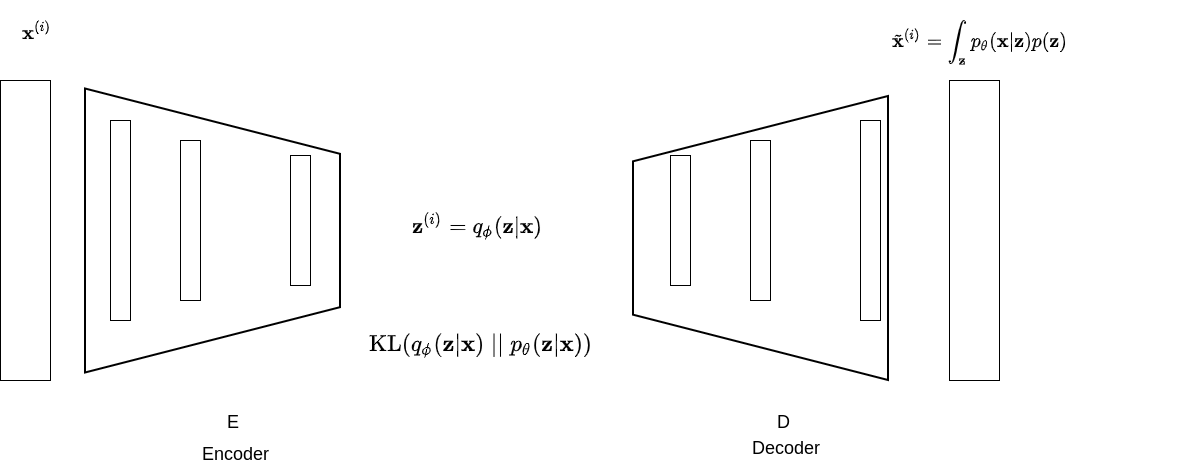
Above: images/Autoencoder_VAE_derivation_B.png in kenperry-public/ML_Fall_2021 (draw.io), before the change. Source tidied: cells renumbered, new cells last; positions are measured from the earlier drawing's top-left corner, leaving out a move shared by most shapes. Its diagram source:
```xml
<mxGraphModel math="1">
  <root>
    <mxCell id="0" />
    <mxCell id="1" parent="0" />
    <mxCell id="2" style="verticalLabelPosition=bottom;verticalAlign=top;html=1;strokeWidth=2;shape=trapezoid;perimeter=trapezoidPerimeter;whiteSpace=wrap;size=0.23;arcSize=10;flipV=1;rotation=-90;" parent="1" vertex="1">
      <mxGeometry x="70" y="102.5" width="284" height="255" as="geometry" />
    </mxCell>
    <mxCell id="3" style="rounded=0;whiteSpace=wrap;html=1;" parent="1" vertex="1">
      <mxGeometry y="80" width="50" height="300" as="geometry" />
    </mxCell>
    <mxCell id="4" style="verticalLabelPosition=bottom;verticalAlign=top;html=1;strokeWidth=2;shape=trapezoid;perimeter=trapezoidPerimeter;whiteSpace=wrap;size=0.23;arcSize=10;flipV=1;rotation=-90;direction=west;" parent="1" vertex="1">
      <mxGeometry x="618" y="110" width="284" height="255" as="geometry" />
    </mxCell>
    <mxCell id="5" style="rounded=0;whiteSpace=wrap;html=1;" parent="1" vertex="1">
      <mxGeometry x="949" y="80" width="50" height="300" as="geometry" />
    </mxCell>
    <mxCell id="6" style="rounded=0;whiteSpace=wrap;html=1;" parent="1" vertex="1">
      <mxGeometry x="110" y="120" width="20" height="200" as="geometry" />
    </mxCell>
    <mxCell id="7" style="rounded=0;whiteSpace=wrap;html=1;" parent="1" vertex="1">
      <mxGeometry x="290" y="155" width="20" height="130" as="geometry" />
    </mxCell>
    <mxCell id="8" style="rounded=0;whiteSpace=wrap;html=1;" parent="1" vertex="1">
      <mxGeometry x="180" y="140" width="20" height="160" as="geometry" />
    </mxCell>
    <mxCell id="9" style="rounded=0;whiteSpace=wrap;html=1;" parent="1" vertex="1">
      <mxGeometry x="670" y="155" width="20" height="130" as="geometry" />
    </mxCell>
    <mxCell id="10" style="rounded=0;whiteSpace=wrap;html=1;" parent="1" vertex="1">
      <mxGeometry x="750" y="140" width="20" height="160" as="geometry" />
    </mxCell>
    <mxCell id="11" style="rounded=0;whiteSpace=wrap;html=1;" parent="1" vertex="1">
      <mxGeometry x="860" y="120" width="20" height="200" as="geometry" />
    </mxCell>
    <mxCell id="12" value="&lt;font style=&quot;font-size: 16px&quot;&gt;$$\mathbf{x}^{(i)}$$&lt;/font&gt;" style="text;html=1;align=left;verticalAlign=top;spacingTop=-4;" parent="1" vertex="1">
      <mxGeometry x="20" width="160" height="20" as="geometry" />
    </mxCell>
    <mxCell id="13" value="&lt;font style=&quot;font-size: 16px&quot;&gt;$$\tilde{\mathbf{x}}^{(i)} = \int_\mathbf{&lt;br&gt;z} p_\theta(\mathbf{&lt;br&gt;x}|\mathbf{&lt;br&gt;z}) p(\mathbf{&lt;br&gt;z})$$&lt;/font&gt;" style="text;html=1;align=left;verticalAlign=top;spacingTop=-4;" parent="1" vertex="1">
      <mxGeometry x="890" width="290" height="80" as="geometry" />
    </mxCell>
    <mxCell id="14" value="&lt;font style=&quot;font-size: 18px&quot;&gt;$$\mathbf{z}^{(i)} = q_\phi (\mathbf{&lt;br&gt;z}|\mathbf{&lt;br&gt;x})$$&lt;/font&gt;" style="text;html=1;align=left;verticalAlign=top;spacingTop=-4;" parent="1" vertex="1">
      <mxGeometry x="410" y="190" width="300" height="50" as="geometry" />
    </mxCell>
    <mxCell id="15" value="&lt;font style=&quot;font-size: 18px&quot;&gt;Encoder&lt;/font&gt;" style="text;html=1;align=left;verticalAlign=top;spacingTop=-4;" parent="1" vertex="1">
      <mxGeometry x="200" y="441" width="80" height="20" as="geometry" />
    </mxCell>
    <mxCell id="16" value="&lt;font style=&quot;font-size: 18px&quot;&gt;Decoder&lt;/font&gt;" style="text;html=1;align=left;verticalAlign=top;spacingTop=-4;" parent="1" vertex="1">
      <mxGeometry x="750" y="435" width="80" height="20" as="geometry" />
    </mxCell>
    <mxCell id="17" value="&lt;font style=&quot;font-size: 18px&quot;&gt;E&lt;/font&gt;" style="text;html=1;align=left;verticalAlign=top;spacingTop=-4;" parent="1" vertex="1">
      <mxGeometry x="225" y="409" width="30" height="20" as="geometry" />
    </mxCell>
    <mxCell id="18" value="&lt;font style=&quot;font-size: 18px&quot;&gt;D&lt;/font&gt;" style="text;html=1;align=left;verticalAlign=top;spacingTop=-4;" parent="1" vertex="1">
      <mxGeometry x="775" y="409" width="30" height="20" as="geometry" />
    </mxCell>
    <mxCell id="19" value="&lt;font style=&quot;font-size: 19px&quot;&gt;$$\text{KL}( q_\phi(\mathbf{&lt;br&gt;z}|\mathbf{&lt;br&gt;x}) \; || \; p_\theta(\mathbf{&lt;br&gt;z} | \mathbf{x}))$$&lt;/font&gt;" style="text;html=1;align=center;verticalAlign=middle;strokeColor=none;fillColor=none;" parent="1" vertex="1">
      <mxGeometry x="355" y="310" width="250" height="70" as="geometry" />
    </mxCell>
  </root>
</mxGraphModel>
```
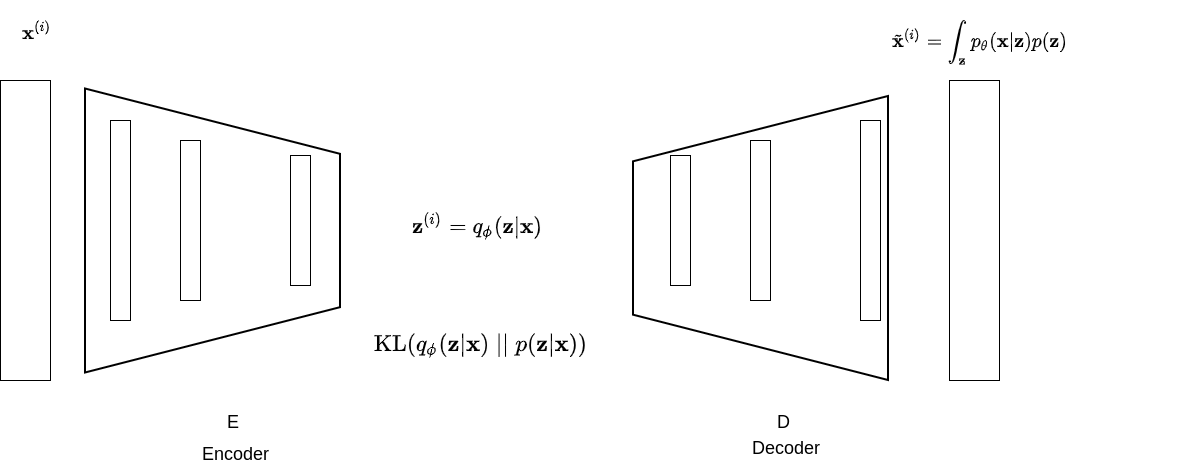
The same file after the commit.

What changed in the source:
```diff
@@ -53,7 +53,7 @@
     <mxCell id="18" value="&lt;font style=&quot;font-size: 18px&quot;&gt;D&lt;/font&gt;" style="text;html=1;align=left;verticalAlign=top;spacingTop=-4;" parent="1" vertex="1">
       <mxGeometry x="775" y="409" width="30" height="20" as="geometry" />
     </mxCell>
-    <mxCell id="19" value="&lt;font style=&quot;font-size: 19px&quot;&gt;$$\text{KL}( q_\phi(\mathbf{&lt;br&gt;z}|\mathbf{&lt;br&gt;x}) \; || \; p_\theta(\mathbf{&lt;br&gt;z} | \mathbf{x}))$$&lt;/font&gt;" style="text;html=1;align=center;verticalAlign=middle;strokeColor=none;fillColor=none;" parent="1" vertex="1">
+    <mxCell id="19" value="&lt;font style=&quot;font-size: 19px&quot;&gt;$$\text{KL}( q_\phi(\mathbf{&lt;br&gt;z}|\mathbf{&lt;br&gt;x}) \; || \; p(\mathbf{&lt;br&gt;z} | \mathbf{x}))$$&lt;/font&gt;" style="text;html=1;align=center;verticalAlign=middle;strokeColor=none;fillColor=none;" parent="1" vertex="1">
       <mxGeometry x="355" y="310" width="250" height="70" as="geometry" />
     </mxCell>
   </root>
```
